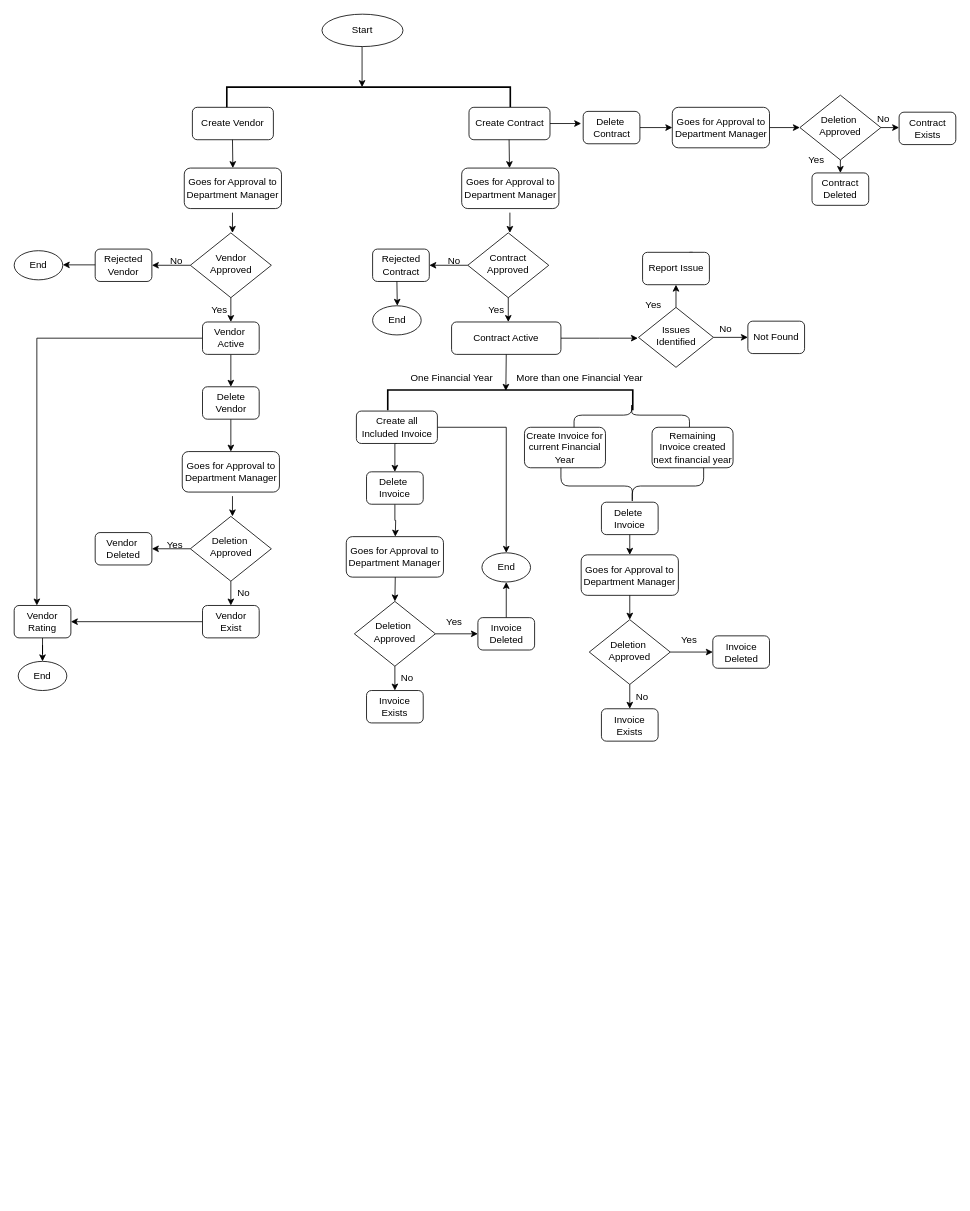
Earlier version of the draw.io diagram page "Page-2" (2 of 2) of Untitled Diagram.drawio (anjana732/Cv). Source tidied: cells renumbered, new cells numbered last; positions are measured from the earlier drawing's top-left corner, leaving out a move shared by most shapes. Both pictures are drawn from the tidied source at 81%, with x=0, y=0 at pixel (14, 14).
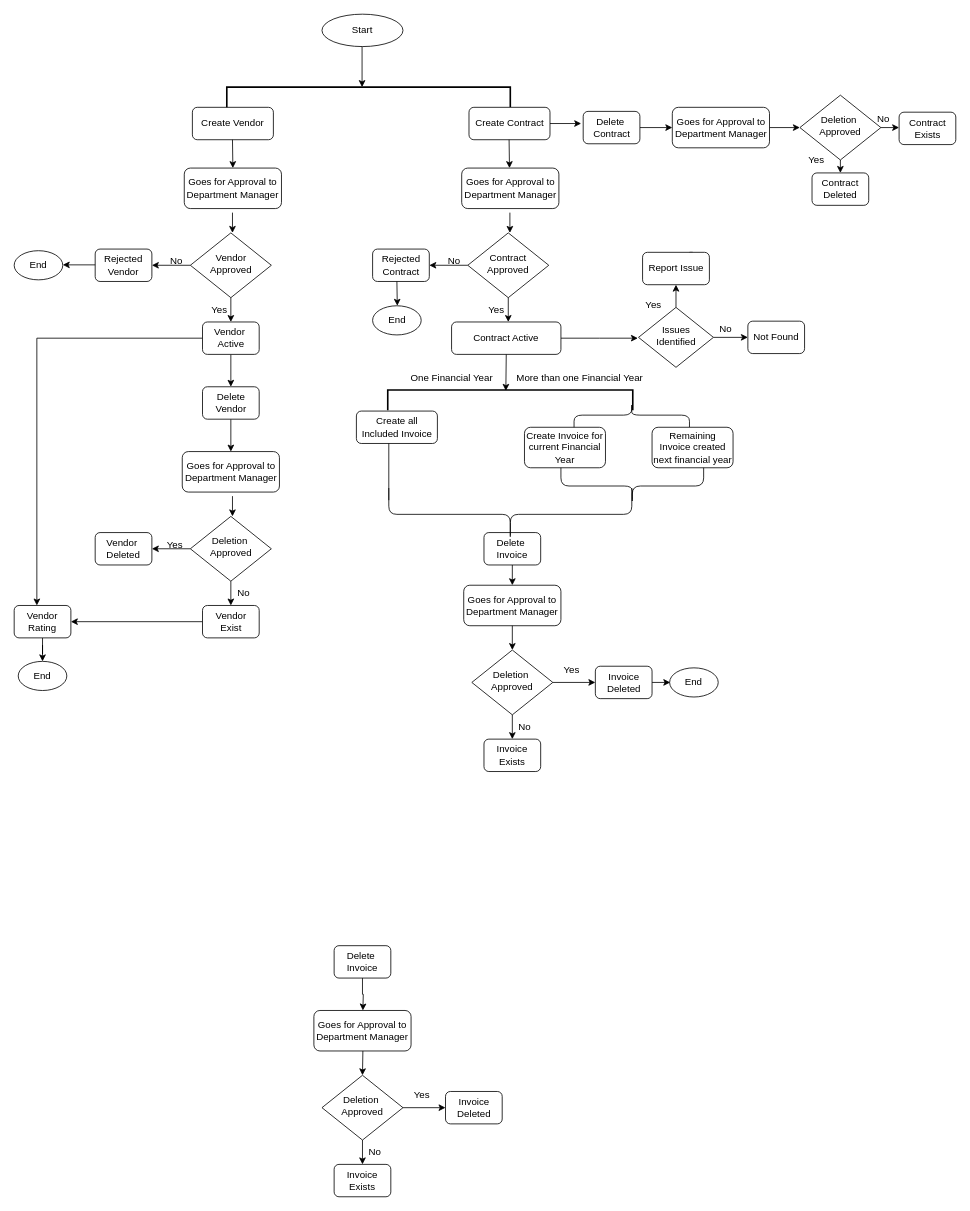
The same diagram, later.

The change refers to these unchanged cells:
```xml
<mxCell id="56" value="Create all Included Invoice" style="rounded=1;whiteSpace=wrap;html=1;fontSize=12;glass=0;strokeWidth=1;shadow=0;" parent="1" vertex="1">
  <mxGeometry x="422.5" y="490" width="100" height="40" as="geometry" />
</mxCell>
```

What changed in the source:
```diff
@@
-    <mxCell id="34" value="Goes for Approval to Department Manager" style="rounded=1;whiteSpace=wrap;html=1;" parent="1" vertex="1">
-      <mxGeometry x="410" y="645" width="120" height="50" as="geometry" />
-    </mxCell>
@@
-    <mxCell id="54" style="edgeStyle=orthogonalEdgeStyle;rounded=0;jettySize=auto;html=1;exitX=0.5;exitY=1;exitDx=0;exitDy=0;entryX=0.5;entryY=0;entryDx=0;entryDy=0;" parent="1" edge="1" source="56" target="58">
-      <mxGeometry relative="1" as="geometry" />
-    </mxCell>
-    <mxCell id="55" style="edgeStyle=orthogonalEdgeStyle;rounded=0;jettySize=auto;html=1;exitX=1;exitY=0.5;exitDx=0;exitDy=0;entryX=0.5;entryY=0;entryDx=0;entryDy=0;" parent="1" edge="1" source="56" target="68">
-      <mxGeometry relative="1" as="geometry" />
-    </mxCell>
@@
-    <mxCell id="57" style="edgeStyle=orthogonalEdgeStyle;rounded=0;jettySize=auto;html=1;exitX=0.5;exitY=1;exitDx=0;exitDy=0;entryX=0.5;entryY=0;entryDx=0;entryDy=0;" parent="1" edge="1" source="58">
-      <mxGeometry relative="1" as="geometry">
-        <mxPoint x="470.5" y="645" as="targetPoint" />
-      </mxGeometry>
-    </mxCell>
-    <mxCell id="58" value="Delete&amp;nbsp;&lt;div&gt;Invoice&lt;/div&gt;" style="rounded=1;whiteSpace=wrap;html=1;fontSize=12;glass=0;strokeWidth=1;shadow=0;" parent="1" vertex="1">
-      <mxGeometry x="435" y="565" width="70" height="40" as="geometry" />
-    </mxCell>
-    <mxCell id="59" style="edgeStyle=orthogonalEdgeStyle;rounded=0;jettySize=auto;html=1;exitX=1;exitY=0.5;exitDx=0;exitDy=0;entryX=0;entryY=0.5;entryDx=0;entryDy=0;" parent="1" edge="1" source="60" target="67">
-      <mxGeometry relative="1" as="geometry" />
-    </mxCell>
-    <mxCell id="60" value="Deletion&amp;nbsp;&lt;div&gt;Approved&lt;/div&gt;" style="rhombus;whiteSpace=wrap;html=1;shadow=0;fontFamily=Helvetica;fontSize=12;align=center;strokeWidth=1;spacing=6;spacingTop=-4;" parent="1" vertex="1">
-      <mxGeometry x="420" y="725" width="100" height="80" as="geometry" />
-    </mxCell>
-    <mxCell id="61" value="No" style="text;html=1;align=center;verticalAlign=middle;strokeColor=none;fillColor=none;" parent="1" vertex="1">
-      <mxGeometry x="465" y="805" width="40" height="30" as="geometry" />
-    </mxCell>
-    <mxCell id="62" value="&lt;div&gt;Invoice&lt;/div&gt;Exists" style="rounded=1;whiteSpace=wrap;html=1;fontSize=12;glass=0;strokeWidth=1;shadow=0;" parent="1" vertex="1">
-      <mxGeometry x="435" y="835" width="70" height="40" as="geometry" />
-    </mxCell>
-    <mxCell id="63" style="endArrow=classic;html=1;rounded=0;" parent="1" edge="1">
-      <mxGeometry relative="1" as="geometry">
-        <mxPoint x="470" y="805" as="sourcePoint" />
-        <mxPoint x="470" y="835" as="targetPoint" />
-      </mxGeometry>
-    </mxCell>
-    <mxCell id="64" value="Yes" style="text;html=1;align=center;verticalAlign=middle;strokeColor=none;fillColor=none;" parent="1" vertex="1">
-      <mxGeometry x="522.5" y="735" width="40" height="30" as="geometry" />
-    </mxCell>
-    <mxCell id="65" style="endArrow=classic;html=1;rounded=0;entryX=0.5;entryY=0;entryDx=0;entryDy=0;exitX=0.5;exitY=1;exitDx=0;exitDy=0;" parent="1" edge="1" target="60">
-      <mxGeometry relative="1" as="geometry">
-        <mxPoint x="470.5" y="695" as="sourcePoint" />
-      </mxGeometry>
-    </mxCell>
-    <mxCell id="66" style="edgeStyle=orthogonalEdgeStyle;rounded=0;jettySize=auto;html=1;exitX=0.5;exitY=0;exitDx=0;exitDy=0;entryX=0.5;entryY=1;entryDx=0;entryDy=0;" parent="1" edge="1" source="67" target="68">
-      <mxGeometry relative="1" as="geometry" />
-    </mxCell>
-    <mxCell id="67" value="&lt;div&gt;Invoice&lt;/div&gt;&lt;div&gt;Deleted&lt;/div&gt;" style="rounded=1;whiteSpace=wrap;html=1;fontSize=12;glass=0;strokeWidth=1;shadow=0;" parent="1" vertex="1">
-      <mxGeometry x="572.5" y="745" width="70" height="40" as="geometry" />
-    </mxCell>
-    <mxCell id="68" value="End" style="ellipse;whiteSpace=wrap;html=1;" parent="1" vertex="1">
-      <mxGeometry x="577.5" y="665" width="60" height="36" as="geometry" />
-    </mxCell>
@@
-    <mxCell id="94" style="edgeStyle=orthogonalEdgeStyle;rounded=0;jettySize=auto;html=1;exitX=0.5;exitY=1;exitDx=0;exitDy=0;entryX=0.5;entryY=0;entryDx=0;entryDy=0;" parent="1" edge="1" source="95" target="96">
-      <mxGeometry relative="1" as="geometry" />
-    </mxCell>
-    <mxCell id="95" value="Delete&amp;nbsp;&lt;div&gt;Invoice&lt;/div&gt;" style="rounded=1;whiteSpace=wrap;html=1;fontSize=12;glass=0;strokeWidth=1;shadow=0;" parent="1" vertex="1">
-      <mxGeometry x="725" y="602.5" width="70" height="40" as="geometry" />
-    </mxCell>
-    <mxCell id="96" value="Goes for Approval to Department Manager" style="rounded=1;whiteSpace=wrap;html=1;" parent="1" vertex="1">
-      <mxGeometry x="700" y="667.5" width="120" height="50" as="geometry" />
-    </mxCell>
-    <mxCell id="97" style="edgeStyle=orthogonalEdgeStyle;rounded=0;jettySize=auto;html=1;exitX=1;exitY=0.5;exitDx=0;exitDy=0;entryX=0;entryY=0.5;entryDx=0;entryDy=0;" parent="1" edge="1" source="98" target="104">
-      <mxGeometry relative="1" as="geometry" />
-    </mxCell>
-    <mxCell id="98" value="Deletion&amp;nbsp;&lt;div&gt;Approved&lt;/div&gt;" style="rhombus;whiteSpace=wrap;html=1;shadow=0;fontFamily=Helvetica;fontSize=12;align=center;strokeWidth=1;spacing=6;spacingTop=-4;" parent="1" vertex="1">
-      <mxGeometry x="710" y="747.5" width="100" height="80" as="geometry" />
-    </mxCell>
-    <mxCell id="99" value="No" style="text;html=1;align=center;verticalAlign=middle;strokeColor=none;fillColor=none;" parent="1" vertex="1">
-      <mxGeometry x="755" y="827.5" width="40" height="30" as="geometry" />
-    </mxCell>
-    <mxCell id="100" value="&lt;div&gt;Invoice&lt;/div&gt;Exists" style="rounded=1;whiteSpace=wrap;html=1;fontSize=12;glass=0;strokeWidth=1;shadow=0;" parent="1" vertex="1">
-      <mxGeometry x="725" y="857.5" width="70" height="40" as="geometry" />
-    </mxCell>
-    <mxCell id="101" style="endArrow=classic;html=1;rounded=0;" parent="1" edge="1">
-      <mxGeometry relative="1" as="geometry">
-        <mxPoint x="760" y="827.5" as="sourcePoint" />
-        <mxPoint x="760" y="857.5" as="targetPoint" />
-      </mxGeometry>
-    </mxCell>
-    <mxCell id="102" value="Yes" style="text;html=1;align=center;verticalAlign=middle;strokeColor=none;fillColor=none;" parent="1" vertex="1">
-      <mxGeometry x="812.5" y="757.5" width="40" height="30" as="geometry" />
-    </mxCell>
-    <mxCell id="103" style="endArrow=classic;html=1;rounded=0;entryX=0.5;entryY=0;entryDx=0;entryDy=0;exitX=0.5;exitY=1;exitDx=0;exitDy=0;" parent="1" edge="1" source="96" target="98">
-      <mxGeometry relative="1" as="geometry" />
-    </mxCell>
-    <mxCell id="104" value="&lt;div&gt;Invoice&lt;/div&gt;&lt;div&gt;Deleted&lt;/div&gt;" style="rounded=1;whiteSpace=wrap;html=1;fontSize=12;glass=0;strokeWidth=1;shadow=0;" parent="1" vertex="1">
-      <mxGeometry x="862.5" y="767.5" width="70" height="40" as="geometry" />
-    </mxCell>
+    <mxCell id="105" value="Goes for Approval to Department Manager" style="rounded=1;whiteSpace=wrap;html=1;" parent="1" vertex="1">
+      <mxGeometry x="370" y="1230" width="120" height="50" as="geometry" />
+    </mxCell>
+    <mxCell id="106" style="edgeStyle=orthogonalEdgeStyle;rounded=0;jettySize=auto;html=1;exitX=0.5;exitY=1;exitDx=0;exitDy=0;entryX=0.5;entryY=0;entryDx=0;entryDy=0;" parent="1" edge="1" source="107">
+      <mxGeometry relative="1" as="geometry">
+        <mxPoint x="430.5" y="1230" as="targetPoint" />
+      </mxGeometry>
+    </mxCell>
+    <mxCell id="107" value="Delete&amp;nbsp;&lt;div&gt;Invoice&lt;/div&gt;" style="rounded=1;whiteSpace=wrap;html=1;fontSize=12;glass=0;strokeWidth=1;shadow=0;" parent="1" vertex="1">
+      <mxGeometry x="395" y="1150" width="70" height="40" as="geometry" />
+    </mxCell>
+    <mxCell id="108" style="edgeStyle=orthogonalEdgeStyle;rounded=0;jettySize=auto;html=1;exitX=1;exitY=0.5;exitDx=0;exitDy=0;entryX=0;entryY=0.5;entryDx=0;entryDy=0;" parent="1" edge="1" source="109" target="115">
+      <mxGeometry relative="1" as="geometry" />
+    </mxCell>
+    <mxCell id="109" value="Deletion&amp;nbsp;&lt;div&gt;Approved&lt;/div&gt;" style="rhombus;whiteSpace=wrap;html=1;shadow=0;fontFamily=Helvetica;fontSize=12;align=center;strokeWidth=1;spacing=6;spacingTop=-4;" parent="1" vertex="1">
+      <mxGeometry x="380" y="1310" width="100" height="80" as="geometry" />
+    </mxCell>
+    <mxCell id="110" value="No" style="text;html=1;align=center;verticalAlign=middle;strokeColor=none;fillColor=none;" parent="1" vertex="1">
+      <mxGeometry x="425" y="1390" width="40" height="30" as="geometry" />
+    </mxCell>
+    <mxCell id="111" value="&lt;div&gt;Invoice&lt;/div&gt;Exists" style="rounded=1;whiteSpace=wrap;html=1;fontSize=12;glass=0;strokeWidth=1;shadow=0;" parent="1" vertex="1">
+      <mxGeometry x="395" y="1420" width="70" height="40" as="geometry" />
+    </mxCell>
+    <mxCell id="112" style="endArrow=classic;html=1;rounded=0;" parent="1" edge="1">
+      <mxGeometry relative="1" as="geometry">
+        <mxPoint x="430" y="1390" as="sourcePoint" />
+        <mxPoint x="430" y="1420" as="targetPoint" />
+      </mxGeometry>
+    </mxCell>
+    <mxCell id="113" value="Yes" style="text;html=1;align=center;verticalAlign=middle;strokeColor=none;fillColor=none;" parent="1" vertex="1">
+      <mxGeometry x="482.5" y="1320" width="40" height="30" as="geometry" />
+    </mxCell>
+    <mxCell id="114" style="endArrow=classic;html=1;rounded=0;entryX=0.5;entryY=0;entryDx=0;entryDy=0;exitX=0.5;exitY=1;exitDx=0;exitDy=0;" parent="1" edge="1" target="109">
+      <mxGeometry relative="1" as="geometry">
+        <mxPoint x="430.5" y="1280" as="sourcePoint" />
+      </mxGeometry>
+    </mxCell>
+    <mxCell id="115" value="&lt;div&gt;Invoice&lt;/div&gt;&lt;div&gt;Deleted&lt;/div&gt;" style="rounded=1;whiteSpace=wrap;html=1;fontSize=12;glass=0;strokeWidth=1;shadow=0;" parent="1" vertex="1">
+      <mxGeometry x="532.5" y="1330" width="70" height="40" as="geometry" />
+    </mxCell>
+    <mxCell id="68" value="End" style="ellipse;whiteSpace=wrap;html=1;" parent="1" vertex="1">
+      <mxGeometry x="809.2" y="807" width="60" height="36" as="geometry" />
+    </mxCell>
+    <mxCell id="116" style="edgeStyle=orthogonalEdgeStyle;rounded=0;jettySize=auto;html=1;exitX=0.5;exitY=1;exitDx=0;exitDy=0;entryX=0.5;entryY=0;entryDx=0;entryDy=0;" parent="1" edge="1" source="117" target="118">
+      <mxGeometry relative="1" as="geometry" />
+    </mxCell>
+    <mxCell id="117" value="Delete&amp;nbsp;&lt;div&gt;Invoice&lt;/div&gt;" style="rounded=1;whiteSpace=wrap;html=1;fontSize=12;glass=0;strokeWidth=1;shadow=0;" parent="1" vertex="1">
+      <mxGeometry x="580" y="640" width="70" height="40" as="geometry" />
+    </mxCell>
+    <mxCell id="118" value="Goes for Approval to Department Manager" style="rounded=1;whiteSpace=wrap;html=1;" parent="1" vertex="1">
+      <mxGeometry x="555" y="705" width="120" height="50" as="geometry" />
+    </mxCell>
+    <mxCell id="119" style="edgeStyle=orthogonalEdgeStyle;rounded=0;jettySize=auto;html=1;exitX=1;exitY=0.5;exitDx=0;exitDy=0;entryX=0;entryY=0.5;entryDx=0;entryDy=0;" parent="1" edge="1" source="120" target="127">
+      <mxGeometry relative="1" as="geometry" />
+    </mxCell>
+    <mxCell id="120" value="Deletion&amp;nbsp;&lt;div&gt;Approved&lt;/div&gt;" style="rhombus;whiteSpace=wrap;html=1;shadow=0;fontFamily=Helvetica;fontSize=12;align=center;strokeWidth=1;spacing=6;spacingTop=-4;" parent="1" vertex="1">
+      <mxGeometry x="565" y="785" width="100" height="80" as="geometry" />
+    </mxCell>
+    <mxCell id="121" value="No" style="text;html=1;align=center;verticalAlign=middle;strokeColor=none;fillColor=none;" parent="1" vertex="1">
+      <mxGeometry x="610" y="865" width="40" height="30" as="geometry" />
+    </mxCell>
+    <mxCell id="122" value="&lt;div&gt;Invoice&lt;/div&gt;Exists" style="rounded=1;whiteSpace=wrap;html=1;fontSize=12;glass=0;strokeWidth=1;shadow=0;" parent="1" vertex="1">
+      <mxGeometry x="580" y="895" width="70" height="40" as="geometry" />
+    </mxCell>
+    <mxCell id="123" style="endArrow=classic;html=1;rounded=0;" parent="1" edge="1">
+      <mxGeometry relative="1" as="geometry">
+        <mxPoint x="615" y="865" as="sourcePoint" />
+        <mxPoint x="615" y="895" as="targetPoint" />
+      </mxGeometry>
+    </mxCell>
+    <mxCell id="124" value="Yes" style="text;html=1;align=center;verticalAlign=middle;strokeColor=none;fillColor=none;" parent="1" vertex="1">
+      <mxGeometry x="667.5" y="795" width="40" height="30" as="geometry" />
+    </mxCell>
+    <mxCell id="125" style="endArrow=classic;html=1;rounded=0;entryX=0.5;entryY=0;entryDx=0;entryDy=0;exitX=0.5;exitY=1;exitDx=0;exitDy=0;" parent="1" edge="1" source="118" target="120">
+      <mxGeometry relative="1" as="geometry" />
+    </mxCell>
+    <mxCell id="126" style="edgeStyle=orthogonalEdgeStyle;rounded=0;jettySize=auto;html=1;exitX=1;exitY=0.5;exitDx=0;exitDy=0;" parent="1" edge="1" source="127">
+      <mxGeometry relative="1" as="geometry">
+        <mxPoint x="810" y="825" as="targetPoint" />
+      </mxGeometry>
+    </mxCell>
+    <mxCell id="127" value="&lt;div&gt;Invoice&lt;/div&gt;&lt;div&gt;Deleted&lt;/div&gt;" style="rounded=1;whiteSpace=wrap;html=1;fontSize=12;glass=0;strokeWidth=1;shadow=0;" parent="1" vertex="1">
+      <mxGeometry x="717.5" y="805" width="70" height="40" as="geometry" />
+    </mxCell>
+    <mxCell id="128" style="shape=curlyBracket;whiteSpace=wrap;html=1;rounded=1;flipH=1;labelPosition=right;verticalLabelPosition=middle;align=left;verticalAlign=middle;direction=north;" parent="1" vertex="1">
+      <mxGeometry x="462.5" y="585" width="300" height="65" as="geometry" />
+    </mxCell>
+    <mxCell id="129" style="endArrow=none;html=1;rounded=0;" parent="1" edge="1">
+      <mxGeometry relative="1" as="geometry">
+        <mxPoint x="462.5" y="600" as="sourcePoint" />
+        <mxPoint x="462.5" y="530" as="targetPoint" />
+      </mxGeometry>
+    </mxCell>
```
